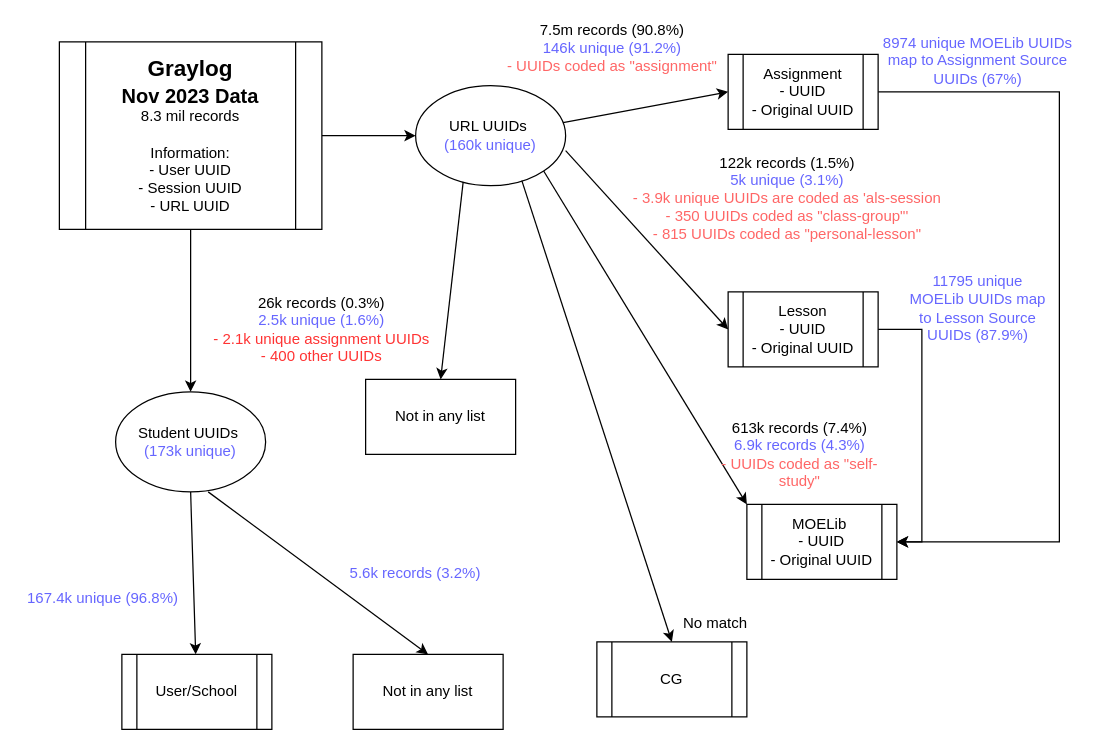
Earlier version of the draw.io diagram Untitled Diagram.drawio (munglin/psychological). Source tidied: cells renumbered, new cells numbered last; positions are measured from the earlier drawing's top-left corner, leaving out a move shared by most shapes. Both pictures are drawn from the tidied source at 125%, with x=0, y=0 at pixel (21, 29).
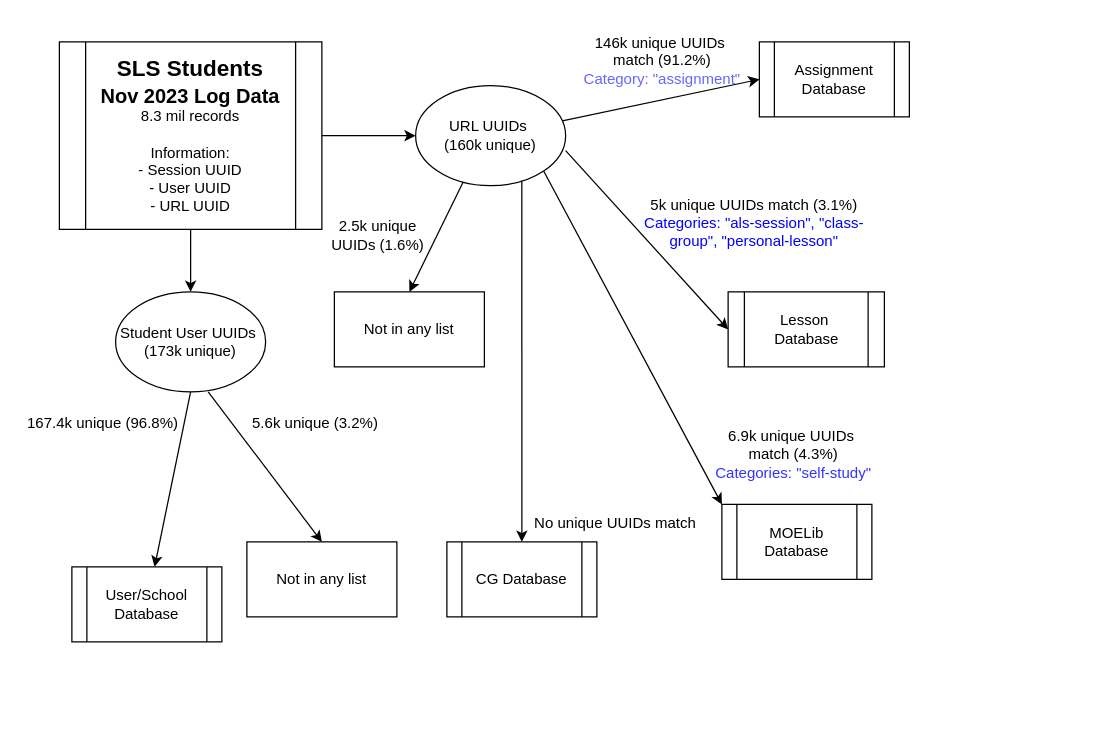
The same page after the edit.

Change to the diagram source:
```diff
@@
-    <mxCell id="4" value="&lt;font style=&quot;font-size: 18px;&quot;&gt;&lt;b&gt;Graylog&lt;/b&gt;&lt;/font&gt;&lt;div&gt;&lt;font size=&quot;3&quot;&gt;&lt;b&gt;Nov 2023 Data&lt;/b&gt;&lt;/font&gt;&lt;/div&gt;&lt;div&gt;8.3 mil records&lt;/div&gt;&lt;div&gt;&lt;br&gt;&lt;/div&gt;&lt;div&gt;Information:&lt;br&gt;- User UUID&lt;/div&gt;&lt;div&gt;- Session UUID&lt;/div&gt;&lt;div&gt;- URL UUID&lt;/div&gt;" style="shape=process;whiteSpace=wrap;html=1;backgroundOutline=1;" parent="1" vertex="1">
+    <mxCell id="4" value="&lt;font style=&quot;font-size: 18px;&quot;&gt;&lt;b&gt;SLS Students&lt;/b&gt;&lt;/font&gt;&lt;div&gt;&lt;font size=&quot;3&quot;&gt;&lt;b&gt;Nov 2023 Log Data&lt;/b&gt;&lt;/font&gt;&lt;/div&gt;&lt;div&gt;8.3 mil records&lt;/div&gt;&lt;div&gt;&lt;br&gt;&lt;/div&gt;&lt;div&gt;Information:&lt;br&gt;&lt;div&gt;- Session UUID&lt;/div&gt;- User UUID&lt;/div&gt;&lt;div&gt;&lt;span style=&quot;background-color: initial;&quot;&gt;- URL UUID&lt;/span&gt;&lt;br&gt;&lt;/div&gt;" style="shape=process;whiteSpace=wrap;html=1;backgroundOutline=1;" parent="1" vertex="1">
       <mxGeometry x="30" y="10" width="210" height="150" as="geometry" />
     </mxCell>
-    <mxCell id="5" value="URL UUIDs&amp;nbsp;&lt;div&gt;&lt;font color=&quot;#6666ff&quot;&gt;(160k unique)&lt;/font&gt;&lt;/div&gt;" style="ellipse;whiteSpace=wrap;html=1;" parent="1" vertex="1">
+    <mxCell id="5" value="URL UUIDs&amp;nbsp;&lt;div&gt;(160k unique)&lt;/div&gt;" style="ellipse;whiteSpace=wrap;html=1;" parent="1" vertex="1">
       <mxGeometry x="315" y="45" width="120" height="80" as="geometry" />
     </mxCell>
-    <mxCell id="6" value="Student UUIDs&amp;nbsp;&lt;div&gt;&lt;font color=&quot;#6666ff&quot;&gt;(173k unique)&lt;/font&gt;&lt;/div&gt;" style="ellipse;whiteSpace=wrap;html=1;" parent="1" vertex="1">
-      <mxGeometry x="75" y="290" width="120" height="80" as="geometry" />
+    <mxCell id="6" value="Student User UUIDs&amp;nbsp;&lt;div&gt;(173k unique)&lt;/div&gt;" style="ellipse;whiteSpace=wrap;html=1;" parent="1" vertex="1">
+      <mxGeometry x="75" y="210" width="120" height="80" as="geometry" />
     </mxCell>
-    <mxCell id="7" style="edgeStyle=orthogonalEdgeStyle;rounded=0;jettySize=auto;html=1;entryX=1;entryY=0.5;entryDx=0;entryDy=0;" parent="1" edge="1" source="8" target="11">
-      <mxGeometry relative="1" as="geometry">
-        <Array as="points">
-          <mxPoint x="830" y="50" />
-          <mxPoint x="830" y="410" />
-        </Array>
-      </mxGeometry>
-    </mxCell>
-    <mxCell id="8" value="Assignment&lt;div&gt;&lt;div&gt;- UUID&lt;/div&gt;&lt;/div&gt;&lt;div&gt;- Original UUID&lt;/div&gt;" style="shape=process;whiteSpace=wrap;html=1;backgroundOutline=1;" parent="1" vertex="1">
-      <mxGeometry x="565" y="20" width="120" height="60" as="geometry" />
+    <mxCell id="8" value="Assignment&lt;div&gt;Database&lt;/div&gt;" style="shape=process;whiteSpace=wrap;html=1;backgroundOutline=1;" parent="1" vertex="1">
+      <mxGeometry x="590" y="10" width="120" height="60" as="geometry" />
     </mxCell>
-    <mxCell id="9" style="edgeStyle=orthogonalEdgeStyle;rounded=0;jettySize=auto;html=1;entryX=1;entryY=0.5;entryDx=0;entryDy=0;" parent="1" edge="1" source="10" target="11">
-      <mxGeometry relative="1" as="geometry">
-        <Array as="points">
-          <mxPoint x="720" y="240" />
-          <mxPoint x="720" y="410" />
-        </Array>
-      </mxGeometry>
-    </mxCell>
-    <mxCell id="10" value="Lesson&lt;div&gt;- UUID&lt;/div&gt;&lt;div&gt;- Original UUID&lt;/div&gt;" style="shape=process;whiteSpace=wrap;html=1;backgroundOutline=1;" parent="1" vertex="1">
-      <mxGeometry x="565" y="210" width="120" height="60" as="geometry" />
+    <mxCell id="10" value="Lesson&amp;nbsp;&lt;div&gt;Database&lt;/div&gt;" style="shape=process;whiteSpace=wrap;html=1;backgroundOutline=1;" parent="1" vertex="1">
+      <mxGeometry x="565" y="210" width="125" height="60" as="geometry" />
     </mxCell>
-    <mxCell id="11" value="MOELib&amp;nbsp;&lt;div&gt;- UUID&lt;/div&gt;&lt;div&gt;- Original UUID&lt;/div&gt;" style="shape=process;whiteSpace=wrap;html=1;backgroundOutline=1;" parent="1" vertex="1">
-      <mxGeometry x="580" y="380" width="120" height="60" as="geometry" />
+    <mxCell id="11" value="MOELib Database" style="shape=process;whiteSpace=wrap;html=1;backgroundOutline=1;" parent="1" vertex="1">
+      <mxGeometry x="560" y="380" width="120" height="60" as="geometry" />
     </mxCell>
-    <mxCell id="12" value="CG" style="shape=process;whiteSpace=wrap;html=1;backgroundOutline=1;" parent="1" vertex="1">
-      <mxGeometry x="460" y="490" width="120" height="60" as="geometry" />
+    <mxCell id="12" value="CG Database" style="shape=process;whiteSpace=wrap;html=1;backgroundOutline=1;" parent="1" vertex="1">
+      <mxGeometry x="340" y="410" width="120" height="60" as="geometry" />
     </mxCell>
@@
     <mxCell id="17" value="Not in any list" style="rounded=0;whiteSpace=wrap;html=1;" parent="1" vertex="1">
-      <mxGeometry x="275" y="280" width="120" height="60" as="geometry" />
+      <mxGeometry x="250" y="210" width="120" height="60" as="geometry" />
     </mxCell>
@@
-    <mxCell id="19" value="&lt;div&gt;7.5m records (90.8%)&lt;/div&gt;&lt;font color=&quot;#6666ff&quot;&gt;146k unique (91.2%)&lt;/font&gt;&lt;div&gt;&lt;span style=&quot;caret-color: rgb(102, 102, 255);&quot;&gt;&lt;font color=&quot;#ff6666&quot;&gt;- UUIDs coded as &quot;assignment&quot;&lt;/font&gt;&lt;/span&gt;&lt;/div&gt;" style="text;html=1;align=center;verticalAlign=middle;whiteSpace=wrap;rounded=0;" parent="1" vertex="1">
-      <mxGeometry x="385" width="175" height="30" as="geometry" />
+    <mxCell id="19" value="&lt;div&gt;&lt;span style=&quot;background-color: initial;&quot;&gt;146k unique UUIDs&amp;nbsp;&lt;/span&gt;&lt;/div&gt;&lt;div&gt;&lt;span style=&quot;background-color: initial;&quot;&gt;match (91.2%)&lt;/span&gt;&lt;/div&gt;&lt;div&gt;&lt;span style=&quot;background-color: initial;&quot;&gt;&lt;font color=&quot;#6666ff&quot;&gt;Category: &quot;assignment&quot;&lt;/font&gt;&lt;/span&gt;&lt;/div&gt;" style="text;html=1;align=center;verticalAlign=middle;whiteSpace=wrap;rounded=0;" parent="1" vertex="1">
+      <mxGeometry x="425" y="10" width="175" height="30" as="geometry" />
     </mxCell>
-    <mxCell id="20" value="&lt;div&gt;122k records (1.5%)&lt;/div&gt;&lt;font color=&quot;#6666ff&quot;&gt;5k unique (3.1%)&lt;/font&gt;&lt;div&gt;&lt;span style=&quot;caret-color: rgb(102, 102, 255);&quot;&gt;&lt;font color=&quot;#ff6666&quot;&gt;- 3.9k unique UUIDs are coded as 'als-session&lt;/font&gt;&lt;/span&gt;&lt;/div&gt;&lt;div&gt;&lt;font color=&quot;#ff6666&quot;&gt;&lt;span style=&quot;caret-color: rgb(102, 102, 255);&quot;&gt;- 350 UUIDs coded as &quot;class-group&quot;&lt;/span&gt;&lt;span style=&quot;caret-color: rgb(102, 102, 255);&quot;&gt;'&lt;/span&gt;&lt;/font&gt;&lt;/div&gt;&lt;div&gt;&lt;span style=&quot;caret-color: rgb(102, 102, 255);&quot;&gt;&lt;font color=&quot;#ff6666&quot;&gt;- 815 UUIDs coded as &quot;personal-lesson&quot;&lt;/font&gt;&lt;/span&gt;&lt;/div&gt;" style="text;html=1;align=center;verticalAlign=middle;whiteSpace=wrap;rounded=0;" parent="1" vertex="1">
-      <mxGeometry x="480" y="120" width="265" height="30" as="geometry" />
+    <mxCell id="20" value="&lt;div&gt;&lt;span style=&quot;background-color: initial;&quot;&gt;5k unique UUIDs&amp;nbsp;&lt;/span&gt;&lt;span style=&quot;background-color: initial;&quot;&gt;match (3.1%)&lt;/span&gt;&lt;/div&gt;&lt;div&gt;&lt;span style=&quot;background-color: initial;&quot;&gt;&lt;font color=&quot;#0000ff&quot;&gt;Categories: &quot;als-session&quot;, &quot;class-group&quot;, &quot;personal-lesson&quot;&lt;/font&gt;&lt;/span&gt;&lt;/div&gt;" style="text;html=1;align=center;verticalAlign=middle;whiteSpace=wrap;rounded=0;" parent="1" vertex="1">
+      <mxGeometry x="486" y="140" width="200" height="30" as="geometry" />
     </mxCell>
-    <mxCell id="21" value="&lt;div&gt;613k records (7.4%)&lt;br&gt;&lt;/div&gt;&lt;font color=&quot;#6666ff&quot;&gt;6.9k records (4.3%)&lt;/font&gt;&lt;div&gt;&lt;font color=&quot;#ff6666&quot;&gt;- UUIDs coded as &quot;self-study&quot;&lt;/font&gt;&lt;/div&gt;" style="text;html=1;align=center;verticalAlign=middle;whiteSpace=wrap;rounded=0;" parent="1" vertex="1">
-      <mxGeometry x="545" y="310" width="155" height="60" as="geometry" />
+    <mxCell id="21" value="&lt;div&gt;6.9k unique UUIDs&amp;nbsp;&lt;/div&gt;&lt;div&gt;match (4.3%)&lt;/div&gt;&lt;div&gt;&lt;font color=&quot;#3333ff&quot;&gt;Categories: &quot;self-study&quot;&lt;/font&gt;&lt;/div&gt;" style="text;html=1;align=center;verticalAlign=middle;whiteSpace=wrap;rounded=0;" parent="1" vertex="1">
+      <mxGeometry x="540" y="310" width="155" height="60" as="geometry" />
     </mxCell>
-    <mxCell id="22" value="&lt;div&gt;26k records (0.3%)&lt;/div&gt;&lt;font color=&quot;#6666ff&quot;&gt;2.5k unique&amp;nbsp;&lt;/font&gt;&lt;span style=&quot;color: rgb(102, 102, 255);&quot;&gt;(1.6%)&lt;/span&gt;&lt;div&gt;&lt;font color=&quot;#ff3333&quot;&gt;- 2.1k unique assignment UUIDs&lt;/font&gt;&lt;/div&gt;&lt;div&gt;&lt;font color=&quot;#ff3333&quot;&gt;&lt;span style=&quot;caret-color: rgb(255, 51, 51);&quot;&gt;- 400 other UUIDs&lt;/span&gt;&lt;/font&gt;&lt;/div&gt;" style="text;html=1;align=center;verticalAlign=middle;whiteSpace=wrap;rounded=0;" parent="1" vertex="1">
-      <mxGeometry x="150" y="225" width="180" height="30" as="geometry" />
+    <mxCell id="22" value="&lt;div&gt;&lt;font style=&quot;background-color: initial;&quot;&gt;2.5k unique&lt;/font&gt;&lt;/div&gt;&lt;div&gt;&lt;font style=&quot;background-color: initial;&quot;&gt;UUIDs&amp;nbsp;&lt;/font&gt;&lt;span style=&quot;background-color: initial;&quot;&gt;(1.6%)&lt;/span&gt;&lt;/div&gt;" style="text;html=1;align=center;verticalAlign=middle;whiteSpace=wrap;rounded=0;" parent="1" vertex="1">
+      <mxGeometry x="210" y="150" width="150" height="30" as="geometry" />
     </mxCell>
-    <mxCell id="23" value="User/School" style="shape=process;whiteSpace=wrap;html=1;backgroundOutline=1;" parent="1" vertex="1">
-      <mxGeometry x="80" y="500" width="120" height="60" as="geometry" />
+    <mxCell id="23" value="User/School&lt;div&gt;Database&lt;/div&gt;" style="shape=process;whiteSpace=wrap;html=1;backgroundOutline=1;" parent="1" vertex="1">
+      <mxGeometry x="40" y="430" width="120" height="60" as="geometry" />
     </mxCell>
@@
-    <mxCell id="25" value="&lt;font color=&quot;#6666ff&quot;&gt;167.4k unique (96.8%)&lt;/font&gt;" style="text;html=1;align=center;verticalAlign=middle;whiteSpace=wrap;rounded=0;" parent="1" vertex="1">
-      <mxGeometry y="440" width="130" height="30" as="geometry" />
+    <mxCell id="25" value="167.4k unique (96.8%)" style="text;html=1;align=center;verticalAlign=middle;whiteSpace=wrap;rounded=0;" parent="1" vertex="1">
+      <mxGeometry y="300" width="130" height="30" as="geometry" />
     </mxCell>
     <mxCell id="26" value="Not in any list" style="rounded=0;whiteSpace=wrap;html=1;" parent="1" vertex="1">
-      <mxGeometry x="265" y="500" width="120" height="60" as="geometry" />
+      <mxGeometry x="180" y="410" width="120" height="60" as="geometry" />
     </mxCell>
@@
-    <mxCell id="28" value="&lt;font color=&quot;#6666ff&quot;&gt;5.6k records (3.2%)&lt;/font&gt;" style="text;html=1;align=center;verticalAlign=middle;whiteSpace=wrap;rounded=0;" parent="1" vertex="1">
-      <mxGeometry x="260" y="420" width="110" height="30" as="geometry" />
+    <mxCell id="28" value="5.6k unique (3.2%)" style="text;html=1;align=center;verticalAlign=middle;whiteSpace=wrap;rounded=0;" parent="1" vertex="1">
+      <mxGeometry x="180" y="300" width="110" height="30" as="geometry" />
     </mxCell>
-    <mxCell id="29" value="No match" style="text;html=1;align=center;verticalAlign=middle;whiteSpace=wrap;rounded=0;" parent="1" vertex="1">
-      <mxGeometry x="495" y="460" width="120" height="30" as="geometry" />
+    <mxCell id="29" value="No unique UUIDs match" style="text;html=1;align=center;verticalAlign=middle;whiteSpace=wrap;rounded=0;" parent="1" vertex="1">
+      <mxGeometry x="400" y="380" width="150" height="30" as="geometry" />
     </mxCell>
-    <mxCell id="30" value="&lt;font color=&quot;#6666ff&quot;&gt;8974 unique MOELib UUIDs map to Assignment Source UUIDs (67%)&lt;/font&gt;" style="text;html=1;align=center;verticalAlign=middle;whiteSpace=wrap;rounded=0;" parent="1" vertex="1">
-      <mxGeometry x="680" y="10" width="170" height="30" as="geometry" />
-    </mxCell>
-    <mxCell id="31" value="&lt;font color=&quot;#6666ff&quot;&gt;11795 unique MOELib UUIDs map to Lesson Source UUIDs (87.9%)&lt;/font&gt;" style="text;html=1;align=center;verticalAlign=middle;whiteSpace=wrap;rounded=0;" parent="1" vertex="1">
-      <mxGeometry x="705" y="220" width="120" height="5" as="geometry" />
-    </mxCell>
```
